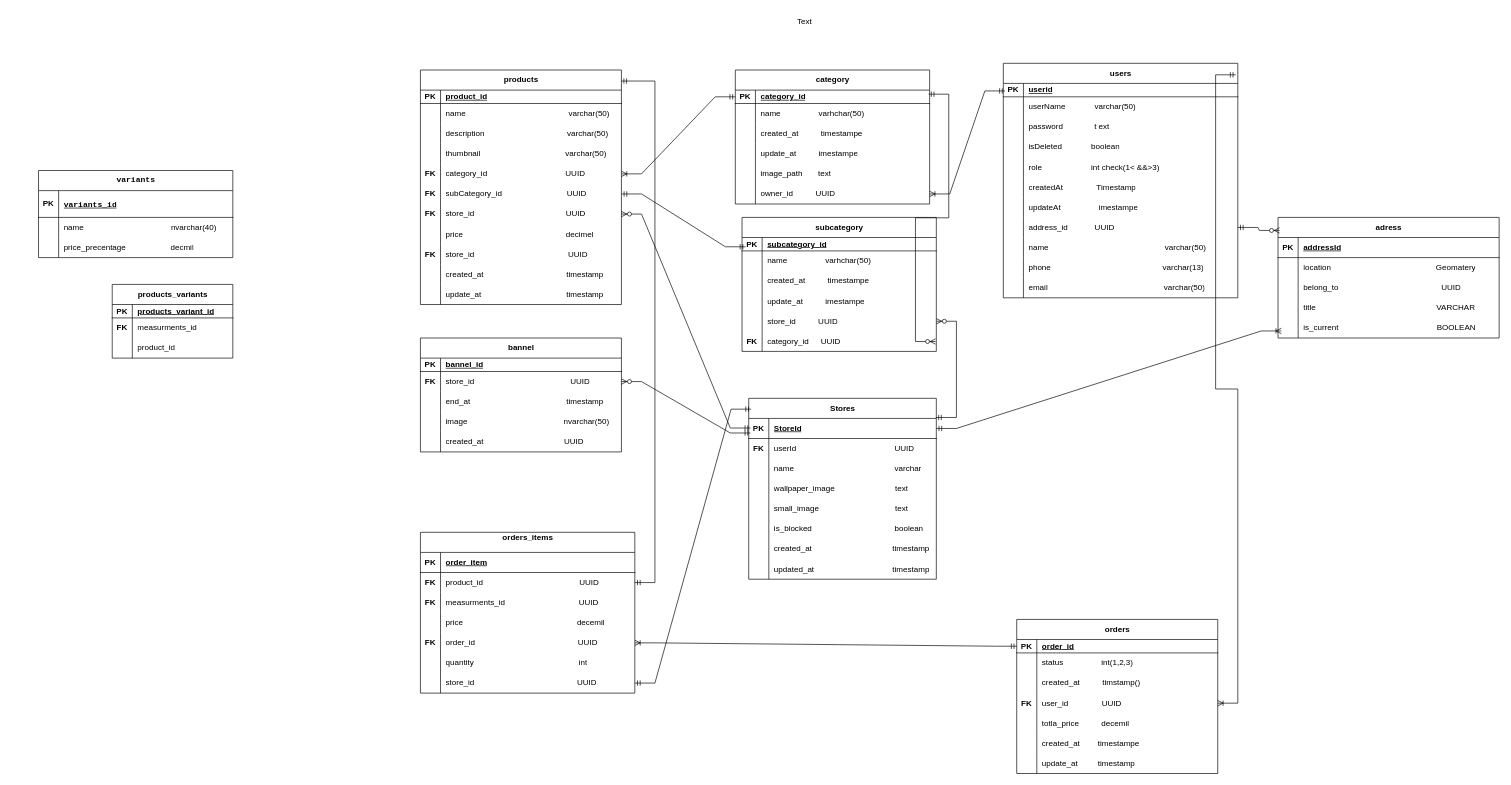
This is ecommerce.drawio from Abdullah2100/ecommerce_full_stack, a draw.io file, before an edit. Source tidied: cells renumbered, new cells numbered last; positions are measured from the earlier drawing's top-left corner, leaving out a move shared by most shapes. Both pictures are drawn from the tidied source at 67%, with x=0, y=0 at pixel (38, 11).
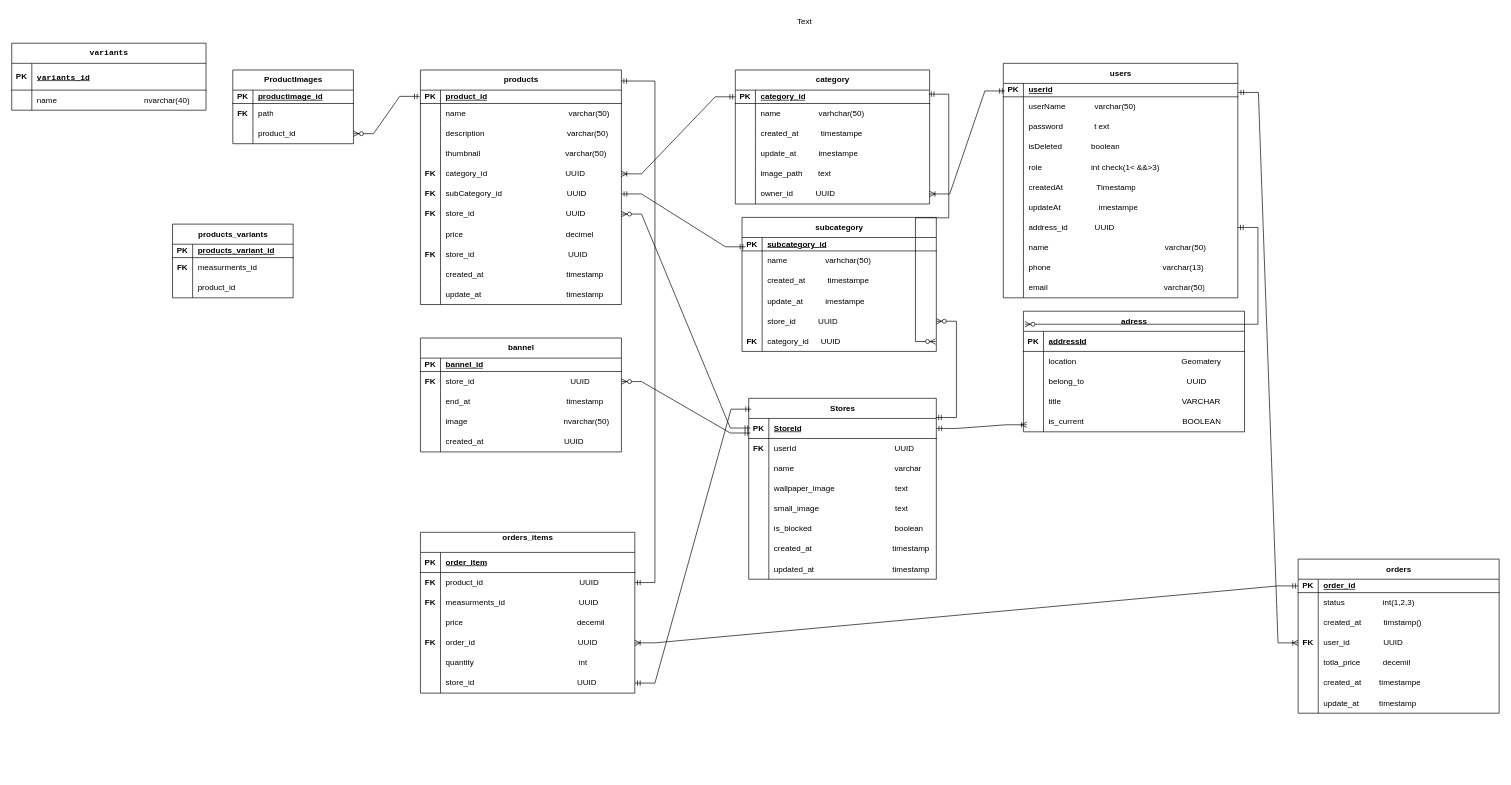
After the change.

Unchanged cells that the change refers to:
```xml
<mxCell id="2" value="users" style="shape=table;startSize=30;childLayout=tableLayout;rowLines=0;fontStyle=1;align=center;html=1;" parent="1" vertex="1">
  <mxGeometry x="1440" y="77" width="350" height="350" as="geometry" />
</mxCell>
<mxCell id="3" style="shape=tableRow;horizontal=0;startSize=0;swimlaneHead=0;swimlaneBody=0;fillColor=none;points=[[0,0.5],[1,0.5]];portConstraint=eastwest;top=0;left=0;right=0;bottom=1;" parent="2" vertex="1">
  <mxGeometry y="30" width="350" height="20" as="geometry" />
</mxCell>
<mxCell id="37" style="shape=tableRow;horizontal=0;startSize=0;swimlaneHead=0;swimlaneBody=0;fillColor=none;points=[[0,0.5],[1,0.5]];portConstraint=eastwest;top=0;left=0;right=0;bottom=1;" parent="36" vertex="1">
  <mxGeometry y="30" width="300" height="20" as="geometry" />
</mxCell>
<mxCell id="90" style="shape=tableRow;horizontal=0;startSize=0;swimlaneHead=0;swimlaneBody=0;fillColor=none;points=[[0,0.5],[1,0.5]];portConstraint=eastwest;top=0;left=0;right=0;bottom=0;" parent="80" vertex="1">
  <mxGeometry y="110" width="300" height="30" as="geometry" />
</mxCell>
```

What changed in the source:
```diff
@@
     <mxCell id="70" value="&lt;pre aria-label=&quot;النص المترجم: unit of measurement&quot; style=&quot;text-align: left;&quot; id=&quot;tw-target-text&quot; class=&quot;tw-data-text tw-text-large tw-ta&quot; dir=&quot;ltr&quot;&gt;variants&lt;/pre&gt;" style="shape=table;startSize=30;childLayout=tableLayout;rowLines=0;fontStyle=1;align=center;html=1;" parent="1" vertex="1">
-      <mxGeometry y="237" width="290" height="130" as="geometry" />
+      <mxGeometry x="-40" y="47" width="290" height="100" as="geometry" />
     </mxCell>
@@
-    <mxCell id="77" style="shape=tableRow;horizontal=0;startSize=0;swimlaneHead=0;swimlaneBody=0;fillColor=none;top=0;left=0;right=0;bottom=0;" parent="70" vertex="1">
-      <mxGeometry y="100" width="290" height="30" as="geometry" />
-    </mxCell>
-    <mxCell id="78" style="shape=partialRectangle;fillColor=none;top=0;left=0;bottom=0;right=0;overflow=hidden;whiteSpace=wrap;html=1;" parent="77" vertex="1">
-      <mxGeometry width="30" height="30" as="geometry" />
-    </mxCell>
-    <mxCell id="79" value="price_precentage&amp;nbsp; &amp;nbsp; &amp;nbsp; &amp;nbsp; &amp;nbsp; &amp;nbsp; &amp;nbsp; &amp;nbsp; &amp;nbsp; &amp;nbsp; decmil" style="shape=partialRectangle;fillColor=none;top=0;left=0;bottom=0;right=0;align=left;spacingLeft=6;overflow=hidden;whiteSpace=wrap;html=1;" parent="77" vertex="1">
-      <mxGeometry x="30" width="260" height="30" as="geometry" />
-    </mxCell>
     <mxCell id="80" value="orders" style="shape=table;startSize=30;childLayout=tableLayout;rowLines=0;fontStyle=1;align=center;html=1;" parent="1" vertex="1">
-      <mxGeometry x="1460" y="907" width="300" height="230" as="geometry" />
+      <mxGeometry x="1880" y="817" width="300" height="230" as="geometry" />
     </mxCell>
@@
     <mxCell id="124" value="products_variants" style="shape=table;startSize=30;childLayout=tableLayout;rowLines=0;fontStyle=1;align=center;html=1;" parent="1" vertex="1">
-      <mxGeometry x="110" y="407" width="180" height="110" as="geometry" />
+      <mxGeometry x="200" y="317" width="180" height="110" as="geometry" />
     </mxCell>
@@
     <mxCell id="171" value="adress" style="shape=table;startSize=30;childLayout=tableLayout;rowLines=0;fontStyle=1;align=center;html=1;" parent="1" vertex="1">
-      <mxGeometry x="1850" y="307" width="330" height="180" as="geometry" />
+      <mxGeometry x="1470" y="447" width="330" height="180" as="geometry" />
     </mxCell>
@@
-    <mxCell id="238" style="edgeStyle=entityRelationEdgeStyle;fontSize=12;html=1;endArrow=ERoneToMany;startArrow=ERmandOne;rounded=0;exitX=0.991;exitY=0.049;exitDx=0;exitDy=0;exitPerimeter=0;" parent="1" edge="1" source="2" target="90">
+    <mxCell id="238" style="edgeStyle=entityRelationEdgeStyle;fontSize=12;html=1;endArrow=ERoneToMany;startArrow=ERmandOne;rounded=0;exitX=1.002;exitY=0.674;exitDx=0;exitDy=0;exitPerimeter=0;" parent="1" edge="1" source="3" target="90">
       <mxGeometry relative="1" as="geometry" />
     </mxCell>
@@
+    <mxCell id="243" value="ProductImages" style="shape=table;startSize=30;childLayout=tableLayout;rowLines=0;fontStyle=1;align=center;html=1;" parent="1" vertex="1">
+      <mxGeometry x="290" y="87" width="180" height="110" as="geometry" />
+    </mxCell>
+    <mxCell id="244" style="shape=tableRow;horizontal=0;startSize=0;swimlaneHead=0;swimlaneBody=0;fillColor=none;top=0;left=0;right=0;bottom=1;" parent="243" vertex="1">
+      <mxGeometry y="30" width="180" height="20" as="geometry" />
+    </mxCell>
+    <mxCell id="245" value="PK" style="shape=partialRectangle;fillColor=none;top=0;left=0;bottom=0;right=0;fontStyle=1;overflow=hidden;whiteSpace=wrap;html=1;" parent="244" vertex="1">
+      <mxGeometry width="30" height="20" as="geometry" />
+    </mxCell>
+    <mxCell id="246" value="&lt;div style=&quot;text-align: center;&quot;&gt;&lt;span style=&quot;background-color: transparent; color: light-dark(rgb(0, 0, 0), rgb(255, 255, 255)); text-wrap-mode: nowrap;&quot;&gt;productimage_id&lt;/span&gt;&lt;/div&gt;" style="shape=partialRectangle;fillColor=none;top=0;left=0;bottom=0;right=0;align=left;spacingLeft=6;fontStyle=5;overflow=hidden;whiteSpace=wrap;html=1;" parent="244" vertex="1">
+      <mxGeometry x="30" width="150" height="20" as="geometry" />
+    </mxCell>
+    <mxCell id="247" style="shape=tableRow;horizontal=0;startSize=0;swimlaneHead=0;swimlaneBody=0;fillColor=none;top=0;left=0;right=0;bottom=0;" parent="243" vertex="1">
+      <mxGeometry y="50" width="180" height="30" as="geometry" />
+    </mxCell>
+    <mxCell id="248" value="&lt;b&gt;FK&lt;/b&gt;" style="shape=partialRectangle;fillColor=none;top=0;left=0;bottom=0;right=0;overflow=hidden;whiteSpace=wrap;html=1;" parent="247" vertex="1">
+      <mxGeometry width="30" height="30" as="geometry" />
+    </mxCell>
+    <mxCell id="249" value="path" style="shape=partialRectangle;fillColor=none;top=0;left=0;bottom=0;right=0;align=left;spacingLeft=6;overflow=hidden;whiteSpace=wrap;html=1;" parent="247" vertex="1">
+      <mxGeometry x="30" width="150" height="30" as="geometry" />
+    </mxCell>
+    <mxCell id="250" style="shape=tableRow;horizontal=0;startSize=0;swimlaneHead=0;swimlaneBody=0;fillColor=none;points=[[0,0.5],[1,0.5]];portConstraint=eastwest;top=0;left=0;right=0;bottom=0;" parent="243" vertex="1">
+      <mxGeometry y="80" width="180" height="30" as="geometry" />
+    </mxCell>
+    <mxCell id="78" style="shape=partialRectangle;fillColor=none;top=0;left=0;bottom=0;right=0;overflow=hidden;whiteSpace=wrap;html=1;" parent="250" vertex="1">
+      <mxGeometry width="30" height="30" as="geometry" />
+    </mxCell>
+    <mxCell id="251" value="product_id" style="shape=partialRectangle;fillColor=none;top=0;left=0;bottom=0;right=0;align=left;spacingLeft=6;overflow=hidden;whiteSpace=wrap;html=1;" parent="250" vertex="1">
+      <mxGeometry x="30" width="150" height="30" as="geometry" />
+    </mxCell>
+    <mxCell id="252" style="edgeStyle=entityRelationEdgeStyle;fontSize=12;html=1;endArrow=ERzeroToMany;startArrow=ERmandOne;rounded=0;exitX=-0.003;exitY=0.467;exitDx=0;exitDy=0;exitPerimeter=0;" parent="1" edge="1" source="37" target="250">
+      <mxGeometry relative="1" as="geometry" />
+    </mxCell>
```
